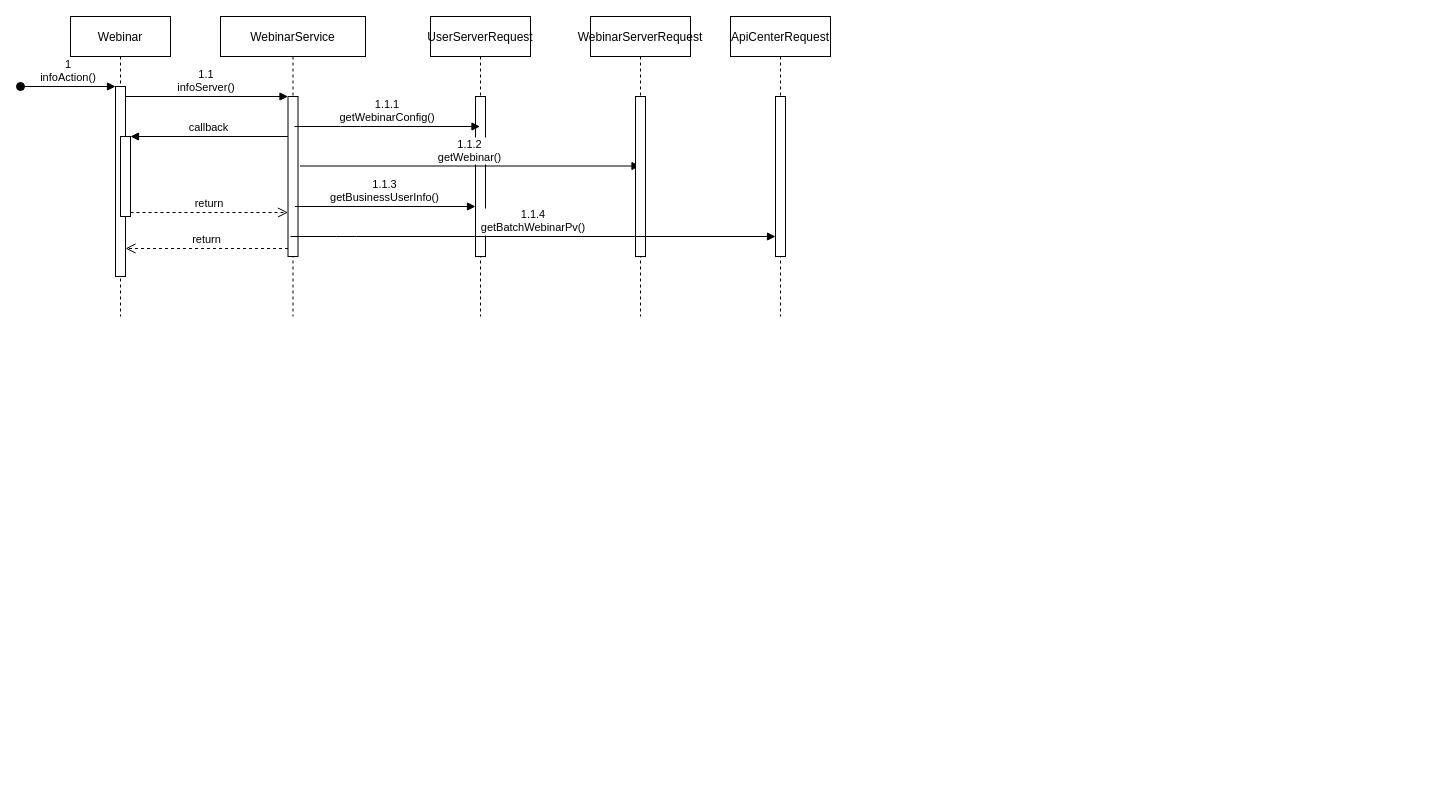
Above: webnar-info.drawio in cnhnnyzhy/my-repository (draw.io), before the change. Source tidied: cells renumbered, new cells numbered last; positions are measured from the earlier drawing's top-left corner, leaving out a move shared by most shapes. Both pictures are drawn from the tidied source at 100%, with x=0, y=0 at pixel (20, 16).
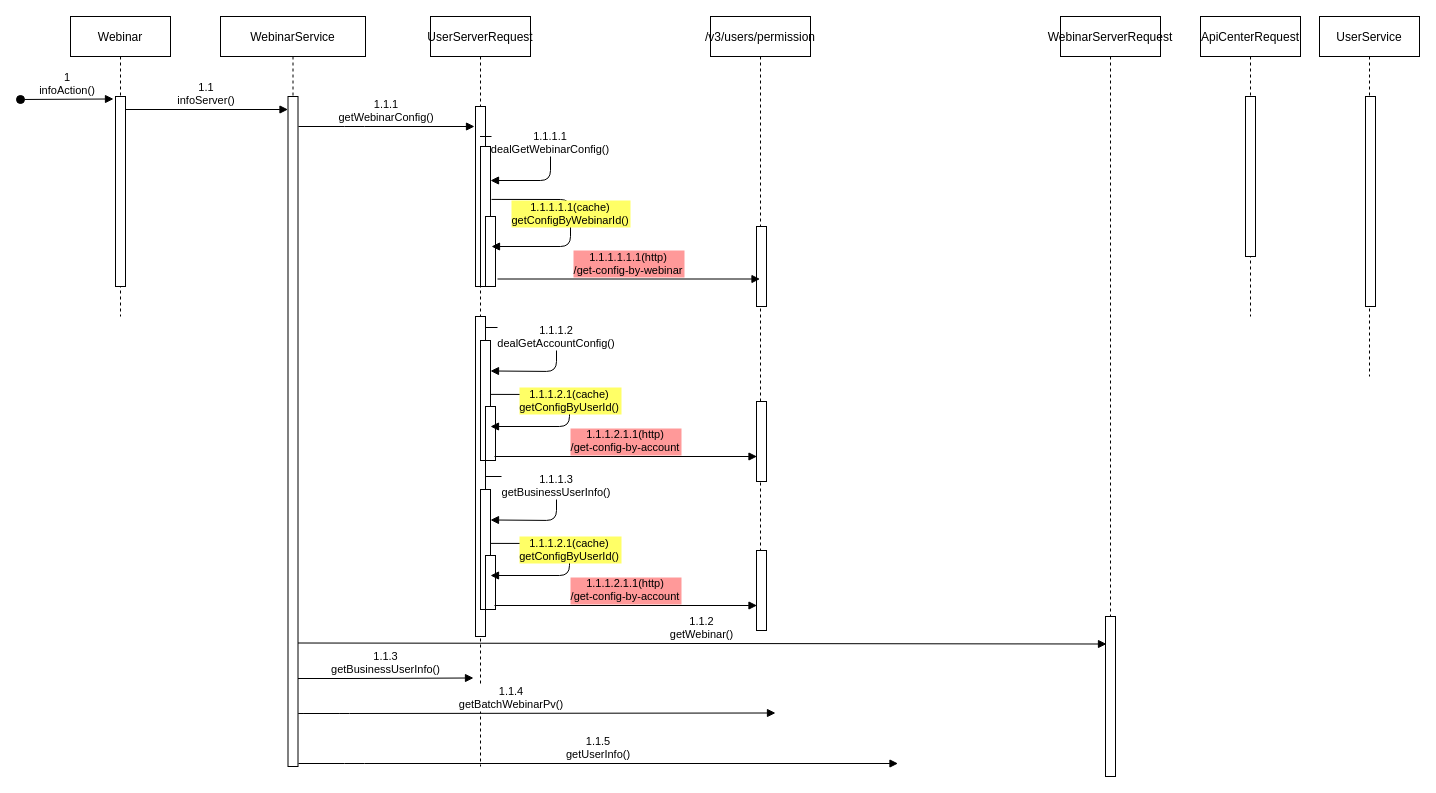
Above is the later version.

The change refers to these unchanged cells:
```xml
<mxCell id="2" value="Webinar" style="shape=umlLifeline;perimeter=lifelinePerimeter;rounded=0;shadow=0;strokeWidth=1;" parent="1" vertex="1">
  <mxGeometry x="50" width="100" height="300" as="geometry" />
</mxCell>
<mxCell id="20" style="points=[];perimeter=orthogonalPerimeter;rounded=0;shadow=0;strokeWidth=1;" parent="19" vertex="1">
  <mxGeometry x="45" y="80" width="10" height="160" as="geometry" />
</mxCell>
```

The edit, as a diff of the source:
```diff
@@
     <mxCell id="3" style="points=[];perimeter=orthogonalPerimeter;rounded=0;shadow=0;strokeWidth=1;" parent="2" vertex="1">
-      <mxGeometry x="45" y="70" width="10" height="190" as="geometry" />
+      <mxGeometry x="45" y="80" width="10" height="190" as="geometry" />
     </mxCell>
-    <mxCell id="4" value="1&#10;infoAction()" style="verticalAlign=bottom;startArrow=oval;endArrow=block;startSize=8;shadow=0;strokeWidth=1;" parent="2" edge="1" target="3">
+    <mxCell id="4" value="1&#10;infoAction()" style="verticalAlign=bottom;startArrow=oval;endArrow=block;startSize=8;shadow=0;strokeWidth=1;entryX=-0.2;entryY=0.013;entryDx=0;entryDy=0;entryPerimeter=0;" parent="2" edge="1" target="3">
       <mxGeometry relative="1" as="geometry">
-        <mxPoint x="-50" y="70" as="sourcePoint" />
+        <mxPoint x="-50" y="83" as="sourcePoint" />
       </mxGeometry>
     </mxCell>
-    <mxCell id="5" style="points=[];perimeter=orthogonalPerimeter;rounded=0;shadow=0;strokeWidth=1;" parent="2" vertex="1">
-      <mxGeometry x="50" y="120" width="10" height="80" as="geometry" />
-    </mxCell>
     <mxCell id="6" value="WebinarService" style="shape=umlLifeline;perimeter=lifelinePerimeter;rounded=0;shadow=0;strokeWidth=1;" parent="1" vertex="1">
-      <mxGeometry x="200" width="145" height="300" as="geometry" />
+      <mxGeometry x="200" width="145" height="750" as="geometry" />
     </mxCell>
     <mxCell id="7" style="points=[];perimeter=orthogonalPerimeter;rounded=0;shadow=0;strokeWidth=1;" parent="6" vertex="1">
-      <mxGeometry x="67.5" y="80" width="10" height="160" as="geometry" />
+      <mxGeometry x="67.5" y="80" width="10" height="670" as="geometry" />
     </mxCell>
-    <mxCell id="8" value="1.1.3&#10;getBusinessUserInfo()" style="verticalAlign=bottom;endArrow=block;shadow=0;strokeWidth=1;" parent="6" edge="1">
+    <mxCell id="8" value="1.1.3&#10;getBusinessUserInfo()" style="verticalAlign=bottom;endArrow=block;shadow=0;strokeWidth=1;entryX=-0.2;entryY=0.653;entryDx=0;entryDy=0;entryPerimeter=0;" parent="6" edge="1">
       <mxGeometry relative="1" as="geometry">
-        <mxPoint x="74.5" y="190" as="sourcePoint" />
-        <mxPoint x="255" y="190" as="targetPoint" />
+        <mxPoint x="77.5" y="662" as="sourcePoint" />
+        <mxPoint x="253" y="661.5" as="targetPoint" />
         <Array as="points">
-          <mxPoint x="130.5" y="190" />
+          <mxPoint x="133.5" y="662" />
         </Array>
       </mxGeometry>
     </mxCell>
-    <mxCell id="9" value="return" style="verticalAlign=bottom;endArrow=open;dashed=1;endSize=8;exitX=0;exitY=0.95;shadow=0;strokeWidth=1;" parent="1" edge="1" source="7" target="3">
-      <mxGeometry relative="1" as="geometry" />
-    </mxCell>
-    <mxCell id="10" value="1.1&#10;infoServer()" style="verticalAlign=bottom;endArrow=block;entryX=0;entryY=0;shadow=0;strokeWidth=1;" parent="1" edge="1" source="3" target="7">
-      <mxGeometry relative="1" as="geometry" />
+    <mxCell id="10" value="1.1&#10;infoServer()" style="verticalAlign=bottom;endArrow=block;entryX=0;entryY=0;shadow=0;strokeWidth=1;" parent="1" edge="1">
+      <mxGeometry relative="1" as="geometry">
+        <mxPoint x="105" y="93" as="sourcePoint" />
+        <mxPoint x="267.5" y="93" as="targetPoint" />
+      </mxGeometry>
     </mxCell>
-    <mxCell id="11" value="callback" style="verticalAlign=bottom;endArrow=block;entryX=1;entryY=0;shadow=0;strokeWidth=1;" parent="1" edge="1" source="7" target="5">
-      <mxGeometry relative="1" as="geometry" />
-    </mxCell>
-    <mxCell id="12" value="return" style="verticalAlign=bottom;endArrow=open;dashed=1;endSize=8;exitX=1;exitY=0.95;shadow=0;strokeWidth=1;" parent="1" edge="1" source="5" target="7">
-      <mxGeometry relative="1" as="geometry" />
-    </mxCell>
     <mxCell id="13" value="UserServerRequest" style="shape=umlLifeline;perimeter=lifelinePerimeter;rounded=0;shadow=0;strokeWidth=1;" parent="1" vertex="1">
-      <mxGeometry x="410" width="100" height="300" as="geometry" />
+      <mxGeometry x="410" width="100" height="750" as="geometry" />
     </mxCell>
     <mxCell id="14" style="perimeter=orthogonalPerimeter;rounded=0;shadow=0;strokeWidth=1;" parent="13" vertex="1">
-      <mxGeometry x="45" y="80" width="10" height="160" as="geometry" />
+      <mxGeometry x="45" y="90" width="10" height="180" as="geometry" />
     </mxCell>
-    <mxCell id="15" value="1.1.2&#10;getWebinar()" style="verticalAlign=bottom;endArrow=block;shadow=0;strokeWidth=1;" parent="13" edge="1" target="17">
+    <mxCell id="15" value="1.1.2&#10;getWebinar()" style="verticalAlign=bottom;endArrow=block;shadow=0;strokeWidth=1;entryX=0.1;entryY=0.172;entryDx=0;entryDy=0;entryPerimeter=0;" parent="13" edge="1" target="18">
       <mxGeometry relative="1" as="geometry">
-        <mxPoint x="-130.5" y="149.5" as="sourcePoint" />
+        <mxPoint x="-132.5" y="626.5" as="sourcePoint" />
       </mxGeometry>
     </mxCell>
+    <mxCell id="22" value="1.1.5&#10;getUserInfo()" style="verticalAlign=bottom;endArrow=block;shadow=0;strokeWidth=1;" parent="13" edge="1">
+      <mxGeometry relative="1" as="geometry">
+        <mxPoint x="-132" y="747" as="sourcePoint" />
+        <mxPoint x="467.5" y="747" as="targetPoint" />
+        <Array as="points">
+          <mxPoint x="-76" y="747" />
+        </Array>
+      </mxGeometry>
+    </mxCell>
+    <mxCell id="23" style="points=[];perimeter=orthogonalPerimeter;rounded=0;shadow=0;strokeWidth=1;" parent="13" vertex="1">
+      <mxGeometry x="50" y="130" width="10" height="140" as="geometry" />
+    </mxCell>
+    <mxCell id="24" style="perimeter=orthogonalPerimeter;rounded=0;shadow=0;strokeWidth=1;" parent="13" vertex="1">
+      <mxGeometry x="55" y="200" width="10" height="70" as="geometry" />
+    </mxCell>
+    <mxCell id="25" value="1.1.1.1.1(cache)&#10;getConfigByWebinarId()" style="verticalAlign=bottom;endArrow=block;shadow=0;strokeWidth=1;exitX=1.1;exitY=0.378;exitDx=0;exitDy=0;exitPerimeter=0;fillColor=#FF9999;labelBackgroundColor=#FFFF66;" parent="13" edge="1" source="23">
+      <mxGeometry x="0.06" relative="1" as="geometry">
+        <mxPoint x="61" y="230" as="targetPoint" />
+        <Array as="points">
+          <mxPoint x="140" y="183" />
+          <mxPoint x="140" y="230" />
+        </Array>
+      </mxGeometry>
+    </mxCell>
+    <mxCell id="26" style="perimeter=orthogonalPerimeter;rounded=0;shadow=0;strokeWidth=1;" parent="13" vertex="1">
+      <mxGeometry x="45" y="300" width="10" height="320" as="geometry" />
+    </mxCell>
+    <mxCell id="27" style="points=[];perimeter=orthogonalPerimeter;rounded=0;shadow=0;strokeWidth=1;" parent="13" vertex="1">
+      <mxGeometry x="50" y="324" width="10" height="120" as="geometry" />
+    </mxCell>
+    <mxCell id="28" style="perimeter=orthogonalPerimeter;rounded=0;shadow=0;strokeWidth=1;" parent="13" vertex="1">
+      <mxGeometry x="55" y="390" width="10" height="54" as="geometry" />
+    </mxCell>
+    <mxCell id="29" value="1.1.1.2.1(cache)&#10;getConfigByUserId()" style="verticalAlign=bottom;endArrow=block;shadow=0;strokeWidth=1;exitX=1.1;exitY=0.378;exitDx=0;exitDy=0;exitPerimeter=0;fillColor=#FF9999;labelBackgroundColor=#FFFF66;" parent="13" edge="1">
+      <mxGeometry x="0.06" relative="1" as="geometry">
+        <mxPoint x="60" y="377.9" as="sourcePoint" />
+        <mxPoint x="60" y="410" as="targetPoint" />
+        <Array as="points">
+          <mxPoint x="139" y="378" />
+          <mxPoint x="139" y="410" />
+        </Array>
+      </mxGeometry>
+    </mxCell>
-    <mxCell id="16" value="1.1.1&#10;getWebinarConfig()" style="verticalAlign=bottom;endArrow=block;shadow=0;strokeWidth=1;" parent="1" edge="1" target="13">
+    <mxCell id="16" value="1.1.1&#10;getWebinarConfig()" style="verticalAlign=bottom;endArrow=block;shadow=0;strokeWidth=1;" parent="1" edge="1">
       <mxGeometry relative="1" as="geometry">
-        <mxPoint x="274" y="110" as="sourcePoint" />
+        <mxPoint x="278" y="110" as="sourcePoint" />
+        <mxPoint x="454" y="110" as="targetPoint" />
         <Array as="points">
-          <mxPoint x="330" y="110" />
+          <mxPoint x="334" y="110" />
         </Array>
       </mxGeometry>
     </mxCell>
     <mxCell id="17" value="WebinarServerRequest" style="shape=umlLifeline;perimeter=lifelinePerimeter;rounded=0;shadow=0;strokeWidth=1;" parent="1" vertex="1">
-      <mxGeometry x="570" width="100" height="300" as="geometry" />
+      <mxGeometry x="1040" width="100" height="620" as="geometry" />
     </mxCell>
     <mxCell id="18" style="points=[];perimeter=orthogonalPerimeter;rounded=0;shadow=0;strokeWidth=1;" parent="17" vertex="1">
-      <mxGeometry x="45" y="80" width="10" height="160" as="geometry" />
+      <mxGeometry x="45" y="600" width="10" height="160" as="geometry" />
     </mxCell>
     <mxCell id="19" value="ApiCenterRequest" style="shape=umlLifeline;perimeter=lifelinePerimeter;rounded=0;shadow=0;strokeWidth=1;" parent="1" vertex="1">
-      <mxGeometry x="710" width="100" height="300" as="geometry" />
+      <mxGeometry x="1180" width="100" height="300" as="geometry" />
     </mxCell>
@@
-    <mxCell id="21" value="1.1.4&#10;getBatchWebinarPv()" style="verticalAlign=bottom;endArrow=block;shadow=0;strokeWidth=1;" parent="1" edge="1" target="20">
+    <mxCell id="21" value="1.1.4&#10;getBatchWebinarPv()" style="verticalAlign=bottom;endArrow=block;shadow=0;strokeWidth=1;entryX=0;entryY=0.872;entryDx=0;entryDy=0;entryPerimeter=0;" parent="1" edge="1">
       <mxGeometry relative="1" as="geometry">
-        <mxPoint x="270" y="220" as="sourcePoint" />
+        <mxPoint x="319" y="697" as="sourcePoint" />
+        <mxPoint x="755" y="696.5" as="targetPoint" />
         <Array as="points">
-          <mxPoint x="326" y="220" />
+          <mxPoint x="273" y="697" />
+          <mxPoint x="319" y="697" />
         </Array>
       </mxGeometry>
     </mxCell>
+    <mxCell id="30" value="UserService" style="shape=umlLifeline;perimeter=lifelinePerimeter;rounded=0;shadow=0;strokeWidth=1;" parent="1" vertex="1">
+      <mxGeometry x="1299" width="100" height="360" as="geometry" />
+    </mxCell>
+    <mxCell id="31" style="perimeter=orthogonalPerimeter;rounded=0;shadow=0;strokeWidth=1;" parent="30" vertex="1">
+      <mxGeometry x="46" y="80" width="10" height="210" as="geometry" />
+    </mxCell>
+    <mxCell id="32" value="1.1.1.1&#10;dealGetWebinarConfig()" style="verticalAlign=bottom;endArrow=block;shadow=0;strokeWidth=1;" parent="1" edge="1" source="13">
+      <mxGeometry x="0.05" relative="1" as="geometry">
+        <mxPoint x="470" y="164" as="targetPoint" />
+        <Array as="points">
+          <mxPoint x="530" y="120" />
+          <mxPoint x="530" y="164" />
+        </Array>
+      </mxGeometry>
+    </mxCell>
+    <mxCell id="33" value="/v3/users/permission" style="shape=umlLifeline;perimeter=lifelinePerimeter;rounded=0;shadow=0;strokeWidth=1;" parent="1" vertex="1">
+      <mxGeometry x="690" width="100" height="610" as="geometry" />
+    </mxCell>
+    <mxCell id="34" style="perimeter=orthogonalPerimeter;rounded=0;shadow=0;strokeWidth=1;" parent="33" vertex="1">
+      <mxGeometry x="46" y="210" width="10" height="80" as="geometry" />
+    </mxCell>
+    <mxCell id="35" style="perimeter=orthogonalPerimeter;rounded=0;shadow=0;strokeWidth=1;" parent="33" vertex="1">
+      <mxGeometry x="46" y="385" width="10" height="80" as="geometry" />
+    </mxCell>
+    <mxCell id="36" value="1.1.1.1.1.1(http)&#10;/get-config-by-webinar" style="verticalAlign=bottom;endArrow=block;shadow=0;strokeWidth=1;labelBackgroundColor=#FF9999;exitX=1.2;exitY=0.736;exitDx=0;exitDy=0;exitPerimeter=0;" parent="1" edge="1">
+      <mxGeometry relative="1" as="geometry">
+        <mxPoint x="477" y="262.5" as="sourcePoint" />
+        <mxPoint x="739.5" y="262.5" as="targetPoint" />
+      </mxGeometry>
+    </mxCell>
+    <mxCell id="37" value="1.1.1.2&#10;dealGetAccountConfig()" style="verticalAlign=bottom;endArrow=block;shadow=0;strokeWidth=1;entryX=1;entryY=0.254;entryDx=0;entryDy=0;entryPerimeter=0;" parent="1" edge="1" target="27">
+      <mxGeometry x="0.05" relative="1" as="geometry">
+        <mxPoint x="465.5" y="311" as="sourcePoint" />
+        <Array as="points">
+          <mxPoint x="536" y="311" />
+          <mxPoint x="536" y="355" />
+        </Array>
+      </mxGeometry>
+    </mxCell>
+    <mxCell id="38" value="1.1.1.2.1.1(http)&#10;/get-config-by-account" style="verticalAlign=bottom;endArrow=block;shadow=0;strokeWidth=1;labelBackgroundColor=#FF9999;exitX=1.2;exitY=0.736;exitDx=0;exitDy=0;exitPerimeter=0;" parent="1" edge="1">
+      <mxGeometry relative="1" as="geometry">
+        <mxPoint x="474" y="440" as="sourcePoint" />
+        <mxPoint x="736.5" y="440" as="targetPoint" />
+      </mxGeometry>
+    </mxCell>
+    <mxCell id="39" style="points=[];perimeter=orthogonalPerimeter;rounded=0;shadow=0;strokeWidth=1;" parent="1" vertex="1">
+      <mxGeometry x="460" y="473" width="10" height="120" as="geometry" />
+    </mxCell>
+    <mxCell id="40" style="perimeter=orthogonalPerimeter;rounded=0;shadow=0;strokeWidth=1;" parent="1" vertex="1">
+      <mxGeometry x="465" y="539" width="10" height="54" as="geometry" />
+    </mxCell>
+    <mxCell id="41" value="1.1.1.2.1(cache)&#10;getConfigByUserId()" style="verticalAlign=bottom;endArrow=block;shadow=0;strokeWidth=1;exitX=1.1;exitY=0.378;exitDx=0;exitDy=0;exitPerimeter=0;fillColor=#FF9999;labelBackgroundColor=#FFFF66;" parent="1" edge="1">
+      <mxGeometry x="0.06" relative="1" as="geometry">
+        <mxPoint x="470" y="526.9" as="sourcePoint" />
+        <mxPoint x="470" y="559" as="targetPoint" />
+        <Array as="points">
+          <mxPoint x="549" y="527" />
+          <mxPoint x="549" y="559" />
+        </Array>
+      </mxGeometry>
+    </mxCell>
+    <mxCell id="42" style="perimeter=orthogonalPerimeter;rounded=0;shadow=0;strokeWidth=1;" parent="1" vertex="1">
+      <mxGeometry x="736" y="534" width="10" height="80" as="geometry" />
+    </mxCell>
+    <mxCell id="43" value="1.1.1.3&#10;getBusinessUserInfo()" style="verticalAlign=bottom;endArrow=block;shadow=0;strokeWidth=1;entryX=1;entryY=0.254;entryDx=0;entryDy=0;entryPerimeter=0;" parent="1" edge="1" target="39">
+      <mxGeometry x="0.05" relative="1" as="geometry">
+        <mxPoint x="465.5" y="460" as="sourcePoint" />
+        <Array as="points">
+          <mxPoint x="536" y="460" />
+          <mxPoint x="536" y="504" />
+        </Array>
+      </mxGeometry>
+    </mxCell>
+    <mxCell id="44" value="1.1.1.2.1.1(http)&#10;/get-config-by-account" style="verticalAlign=bottom;endArrow=block;shadow=0;strokeWidth=1;labelBackgroundColor=#FF9999;exitX=1.2;exitY=0.736;exitDx=0;exitDy=0;exitPerimeter=0;" parent="1" edge="1">
+      <mxGeometry relative="1" as="geometry">
+        <mxPoint x="474" y="589" as="sourcePoint" />
+        <mxPoint x="736.5" y="589" as="targetPoint" />
+      </mxGeometry>
+    </mxCell>
```
